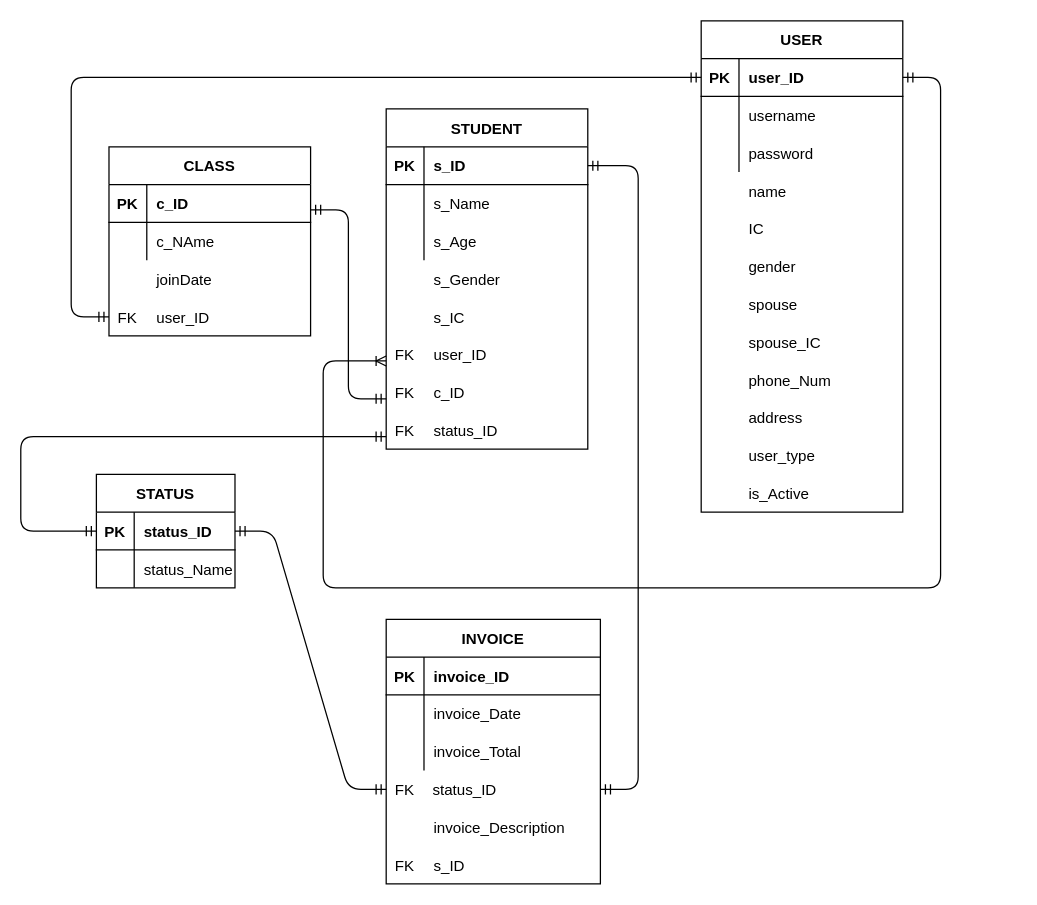
The draw.io diagram Untitled Diagram.drawio in aqilanwar/kindergarten, before the edit. Source tidied: cells renumbered, new cells numbered last; positions are measured from the earlier drawing's top-left corner, leaving out a move shared by most shapes. Both pictures are drawn from the tidied source at 126%, with x=0, y=0 at pixel (20, 20).
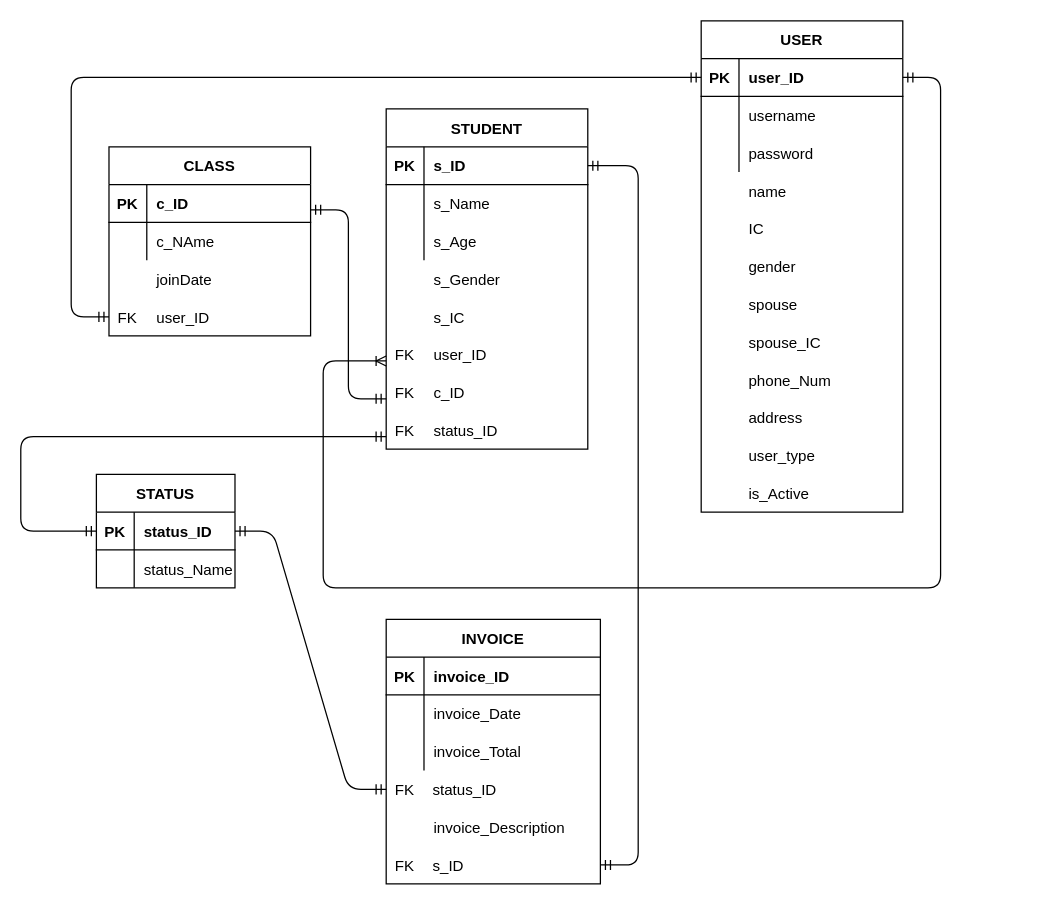
Above is the later version.

Unchanged cells that the change refers to:
```xml
<mxCell id="41" style="shape=partialRectangle;fillColor=none;points=[[0,0.5],[1,0.5]];portConstraint=eastwest;top=0;left=0;right=0;bottom=0;" parent="1" vertex="1">
  <mxGeometry x="300" y="595" width="160" height="30" as="geometry" />
</mxCell>
<mxCell id="53" style="shape=partialRectangle;fillColor=none;points=[[0,0.5],[1,0.5]];portConstraint=eastwest;top=0;left=0;right=0;bottom=1;" parent="52" vertex="1">
  <mxGeometry y="30" width="160" height="30" as="geometry" />
</mxCell>
```

What changed in the source:
```diff
@@
     <mxCell id="47" style="shape=partialRectangle;fillColor=none;points=[[0,0.5],[1,0.5]];portConstraint=eastwest;top=0;left=0;right=0;bottom=0;" parent="1" vertex="1">
-      <mxGeometry x="290" y="655" width="250" height="30" as="geometry" />
+      <mxGeometry x="300" y="655" width="160" height="30" as="geometry" />
     </mxCell>
     <mxCell id="48" style="shape=partialRectangle;overflow=hidden;fillColor=none;top=0;left=0;bottom=0;right=0;" parent="47" vertex="1">
-      <mxGeometry width="30" height="30" as="geometry" />
+      <mxGeometry width="19.2" height="30" as="geometry" />
     </mxCell>
     <mxCell id="49" value="s_ID" style="shape=partialRectangle;overflow=hidden;fillColor=none;top=0;left=0;bottom=0;right=0;align=left;spacingLeft=6;" parent="47" vertex="1">
-      <mxGeometry x="30" width="220" height="30" as="geometry" />
+      <mxGeometry x="19.2" width="140.8" height="30" as="geometry" />
     </mxCell>
@@
-    <mxCell id="82" style="edgeStyle=entityRelationEdgeStyle;fontSize=12;html=1;endArrow=ERmandOne;startArrow=ERmandOne;" parent="1" edge="1" source="41" target="53">
+    <mxCell id="82" style="edgeStyle=entityRelationEdgeStyle;fontSize=12;html=1;endArrow=ERmandOne;startArrow=ERmandOne;" parent="1" edge="1" source="47" target="53">
       <mxGeometry relative="1" as="geometry" />
     </mxCell>
```
